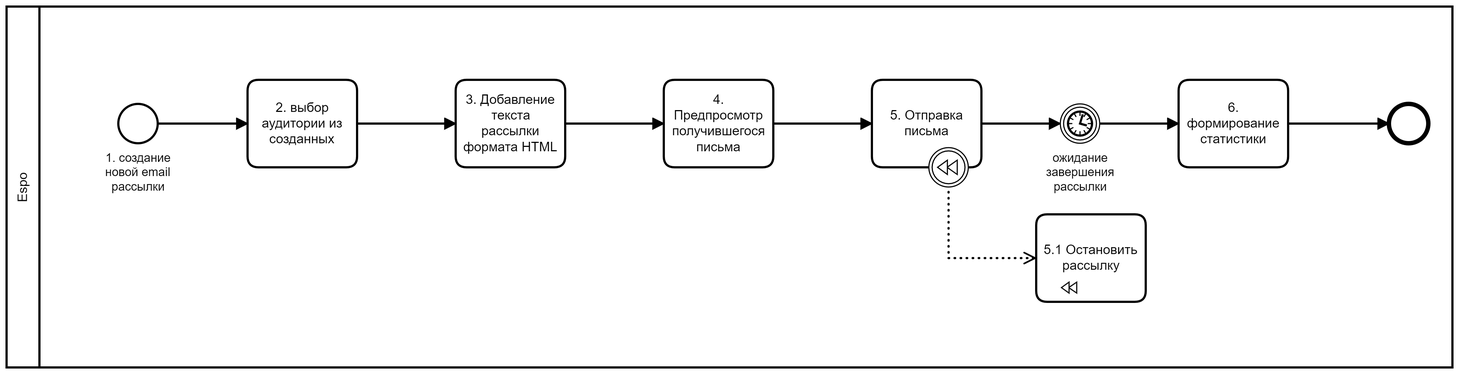
Earlier version of the BPMN export email send.png (vslvsky/BPMN-marketing). Its source is kept beside it as email send.bpmn. Ids are renumbered.
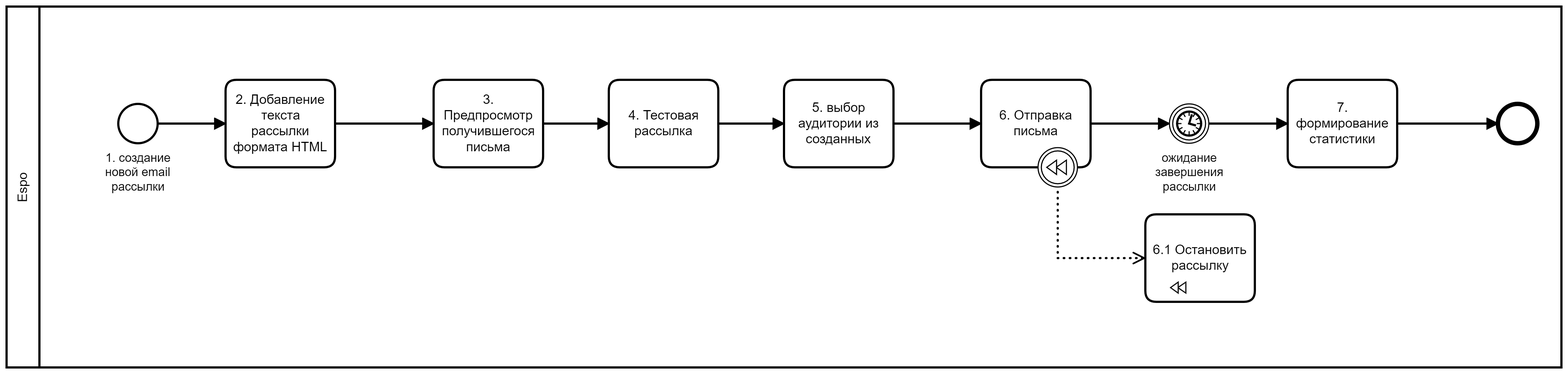
After the commit.

Commit message:
update micserv and email

What changed in the source:
```diff
@@ -1,25 +1,28 @@
-<bpmn:definitions xmlns:bpmn="http://www.omg.org/spec/BPMN/20100524/MODEL" xmlns:bpmndi="http://www.omg.org/spec/BPMN/20100524/DI" xmlns:dc="http://www.omg.org/spec/DD/20100524/DC" xmlns:di="http://www.omg.org/spec/DD/20100524/DI" xmlns:modeler="http://camunda.org/schema/modeler/1.0" id="Definitions_n1" targetNamespace="http://bpmn.io/schema/bpmn" exporter="Camunda Modeler" exporterVersion="4.12.0" modeler:executionPlatform="Camunda Platform" modeler:executionPlatformVersion="7.15.0">
+<bpmn:definitions xmlns:bpmn="http://www.omg.org/spec/BPMN/20100524/MODEL" xmlns:bpmndi="http://www.omg.org/spec/BPMN/20100524/DI" xmlns:dc="http://www.omg.org/spec/DD/20100524/DC" xmlns:di="http://www.omg.org/spec/DD/20100524/DI" xmlns:modeler="http://camunda.org/schema/modeler/1.0" id="Definitions_n1" targetNamespace="http://bpmn.io/schema/bpmn" exporter="Camunda Modeler" exporterVersion="5.0.0" modeler:executionPlatform="Camunda Platform" modeler:executionPlatformVersion="7.15.0">
   <bpmn:collaboration id="Collaboration_n2">
     <bpmn:participant id="Participant_n3" name="Espo" processRef="Process_n4" />
   </bpmn:collaboration>
   <bpmn:process id="Process_n4" isExecutable="true">
-    <bpmn:task id="Activity_n5" name="2. выбор аудитории из созданных">
-      <bpmn:incoming>Flow_n6</bpmn:incoming>
-      <bpmn:outgoing>Flow_n7</bpmn:outgoing>
-    </bpmn:task>
     <bpmn:startEvent id="StartEvent_1" name="1. создание новой email рассылки">
-      <bpmn:outgoing>Flow_n6</bpmn:outgoing>
+      <bpmn:outgoing>Flow_n24</bpmn:outgoing>
     </bpmn:startEvent>
-    <bpmn:task id="Activity_n8" name="3. Добавление текста рассылки формата HTML">
-      <bpmn:incoming>Flow_n7</bpmn:incoming>
+    <bpmn:sequenceFlow id="Flow_n9" sourceRef="Activity_n8" targetRef="Activity_n10" />
+    <bpmn:sequenceFlow id="Flow_n11" sourceRef="Activity_n10" targetRef="Activity_n25" />
+    <bpmn:sequenceFlow id="Flow_n13" sourceRef="Activity_n12" targetRef="Event_n14" />
+    <bpmn:sequenceFlow id="Flow_n18" sourceRef="Activity_n17" targetRef="Event_n19" />
+    <bpmn:sequenceFlow id="Flow_n15" sourceRef="Event_n14" targetRef="Activity_n17" />
+    <bpmn:task id="Activity_n8" name="2. Добавление текста рассылки формата HTML">
+      <bpmn:incoming>Flow_n24</bpmn:incoming>
       <bpmn:outgoing>Flow_n9</bpmn:outgoing>
     </bpmn:task>
-    <bpmn:task id="Activity_n10" name="4. Предпросмотр получившегося письма">
+    <bpmn:task id="Activity_n10" name="3. Предпросмотр получившегося письма">
       <bpmn:incoming>Flow_n9</bpmn:incoming>
       <bpmn:outgoing>Flow_n11</bpmn:outgoing>
     </bpmn:task>
-    <bpmn:task id="Activity_n12" name="5. Отправка письма">
-      <bpmn:incoming>Flow_n11</bpmn:incoming>
+    <bpmn:sequenceFlow id="Flow_n26" sourceRef="Activity_n5" targetRef="Activity_n12" />
+    <bpmn:sequenceFlow id="Flow_n24" sourceRef="StartEvent_1" targetRef="Activity_n8" />
+    <bpmn:task id="Activity_n12" name="6. Отправка письма">
+      <bpmn:incoming>Flow_n26</bpmn:incoming>
       <bpmn:outgoing>Flow_n13</bpmn:outgoing>
     </bpmn:task>
     <bpmn:intermediateCatchEvent id="Event_n14" name="ожидание завершения рассылки">
@@ -27,62 +30,65 @@
       <bpmn:outgoing>Flow_n15</bpmn:outgoing>
       <bpmn:timerEventDefinition id="TimerEventDefinition_n16" />
     </bpmn:intermediateCatchEvent>
-    <bpmn:task id="Activity_n17" name="6. формирование статистики">
+    <bpmn:task id="Activity_n17" name="7. формирование статистики">
       <bpmn:incoming>Flow_n15</bpmn:incoming>
       <bpmn:outgoing>Flow_n18</bpmn:outgoing>
     </bpmn:task>
     <bpmn:endEvent id="Event_n19">
       <bpmn:incoming>Flow_n18</bpmn:incoming>
     </bpmn:endEvent>
-    <bpmn:task id="Activity_n20" name="5.1 Остановить рассылку" isForCompensation="true" />
+    <bpmn:task id="Activity_n20" name="6.1 Остановить рассылку" isForCompensation="true" />
+    <bpmn:task id="Activity_n5" name="5. выбор аудитории из созданных">
+      <bpmn:incoming>Flow_n27</bpmn:incoming>
+      <bpmn:outgoing>Flow_n26</bpmn:outgoing>
+    </bpmn:task>
     <bpmn:boundaryEvent id="Event_n21" attachedToRef="Activity_n12">
       <bpmn:compensateEventDefinition id="CompensateEventDefinition_n22" />
     </bpmn:boundaryEvent>
-    <bpmn:sequenceFlow id="Flow_n6" sourceRef="StartEvent_1" targetRef="Activity_n5" />
-    <bpmn:sequenceFlow id="Flow_n7" sourceRef="Activity_n5" targetRef="Activity_n8" />
-    <bpmn:sequenceFlow id="Flow_n9" sourceRef="Activity_n8" targetRef="Activity_n10" />
-    <bpmn:sequenceFlow id="Flow_n11" sourceRef="Activity_n10" targetRef="Activity_n12" />
-    <bpmn:sequenceFlow id="Flow_n13" sourceRef="Activity_n12" targetRef="Event_n14" />
-    <bpmn:sequenceFlow id="Flow_n18" sourceRef="Activity_n17" targetRef="Event_n19" />
-    <bpmn:sequenceFlow id="Flow_n15" sourceRef="Event_n14" targetRef="Activity_n17" />
+    <bpmn:task id="Activity_n25" name="4. Тестовая рассылка">
+      <bpmn:incoming>Flow_n11</bpmn:incoming>
+      <bpmn:outgoing>Flow_n27</bpmn:outgoing>
+    </bpmn:task>
+    <bpmn:sequenceFlow id="Flow_n27" sourceRef="Activity_n25" targetRef="Activity_n5" />
     <bpmn:association id="Association_n23" associationDirection="One" sourceRef="Event_n21" targetRef="Activity_n20" />
   </bpmn:process>
   <bpmndi:BPMNDiagram id="BPMNDiagram_1">
     <bpmndi:BPMNPlane id="BPMNPlane_1" bpmnElement="Collaboration_n2">
       <bpmndi:BPMNShape id="Participant_n3_di" bpmnElement="Participant_n3" isHorizontal="true">
-        <dc:Bounds x="160" y="50" width="1320" height="330" />
+        <dc:Bounds x="160" y="50" width="1420" height="330" />
       </bpmndi:BPMNShape>
-      <bpmndi:BPMNEdge id="Flow_n6_di" bpmnElement="Flow_n6">
-        <di:waypoint x="298" y="157" />
-        <di:waypoint x="380" y="157" />
+      <bpmndi:BPMNEdge id="Flow_n15_di" bpmnElement="Flow_n15">
+        <di:waypoint x="1258" y="157" />
+        <di:waypoint x="1330" y="157" />
       </bpmndi:BPMNEdge>
-      <bpmndi:BPMNEdge id="Flow_n7_di" bpmnElement="Flow_n7">
-        <di:waypoint x="480" y="157" />
-        <di:waypoint x="570" y="157" />
+      <bpmndi:BPMNEdge id="Flow_n18_di" bpmnElement="Flow_n18">
+        <di:waypoint x="1430" y="157" />
+        <di:waypoint x="1522" y="157" />
+      </bpmndi:BPMNEdge>
+      <bpmndi:BPMNEdge id="Flow_n13_di" bpmnElement="Flow_n13">
+        <di:waypoint x="1150" y="157" />
+        <di:waypoint x="1222" y="157" />
+      </bpmndi:BPMNEdge>
+      <bpmndi:BPMNEdge id="Flow_n11_di" bpmnElement="Flow_n11">
+        <di:waypoint x="650" y="157" />
+        <di:waypoint x="710" y="157" />
       </bpmndi:BPMNEdge>
       <bpmndi:BPMNEdge id="Flow_n9_di" bpmnElement="Flow_n9">
-        <di:waypoint x="670" y="157" />
-        <di:waypoint x="760" y="157" />
+        <di:waypoint x="460" y="157" />
+        <di:waypoint x="550" y="157" />
       </bpmndi:BPMNEdge>
-      <bpmndi:BPMNEdge id="Flow_n11_di" bpmnElement="Flow_n11">
-        <di:waypoint x="860" y="157" />
-        <di:waypoint x="950" y="157" />
+      <bpmndi:BPMNEdge id="Flow_n26_di" bpmnElement="Flow_n26">
+        <di:waypoint x="970" y="157" />
+        <di:waypoint x="1050" y="157" />
       </bpmndi:BPMNEdge>
-      <bpmndi:BPMNEdge id="Flow_n13_di" bpmnElement="Flow_n13">
-        <di:waypoint x="1050" y="157" />
-        <di:waypoint x="1122" y="157" />
+      <bpmndi:BPMNEdge id="Flow_n24_di" bpmnElement="Flow_n24">
+        <di:waypoint x="298" y="157" />
+        <di:waypoint x="360" y="157" />
       </bpmndi:BPMNEdge>
-      <bpmndi:BPMNEdge id="Flow_n18_di" bpmnElement="Flow_n18">
-        <di:waypoint x="1330" y="157" />
-        <di:waypoint x="1422" y="157" />
+      <bpmndi:BPMNEdge id="Flow_n27_di" bpmnElement="Flow_n27">
+        <di:waypoint x="810" y="157" />
+        <di:waypoint x="870" y="157" />
       </bpmndi:BPMNEdge>
-      <bpmndi:BPMNEdge id="Flow_n15_di" bpmnElement="Flow_n15">
-        <di:waypoint x="1158" y="157" />
-        <di:waypoint x="1230" y="157" />
-      </bpmndi:BPMNEdge>
-      <bpmndi:BPMNShape id="Activity_n5_di" bpmnElement="Activity_n5">
-        <dc:Bounds x="380" y="117" width="100" height="80" />
-      </bpmndi:BPMNShape>
       <bpmndi:BPMNShape id="_BPMNShape_StartEvent_2" bpmnElement="StartEvent_1">
         <dc:Bounds x="262" y="139" width="36" height="36" />
         <bpmndi:BPMNLabel>
@@ -90,36 +96,49 @@
         </bpmndi:BPMNLabel>
       </bpmndi:BPMNShape>
       <bpmndi:BPMNShape id="Activity_n8_di" bpmnElement="Activity_n8">
-        <dc:Bounds x="570" y="117" width="100" height="80" />
+        <dc:Bounds x="360" y="117" width="100" height="80" />
+        <bpmndi:BPMNLabel />
       </bpmndi:BPMNShape>
       <bpmndi:BPMNShape id="Activity_n10_di" bpmnElement="Activity_n10">
-        <dc:Bounds x="760" y="117" width="100" height="80" />
+        <dc:Bounds x="550" y="117" width="100" height="80" />
+        <bpmndi:BPMNLabel />
       </bpmndi:BPMNShape>
       <bpmndi:BPMNShape id="Activity_n12_di" bpmnElement="Activity_n12">
-        <dc:Bounds x="950" y="117" width="100" height="80" />
+        <dc:Bounds x="1050" y="117" width="100" height="80" />
+        <bpmndi:BPMNLabel />
       </bpmndi:BPMNShape>
       <bpmndi:BPMNShape id="Event_1hsf3es_di" bpmnElement="Event_n14">
-        <dc:Bounds x="1122" y="139" width="36" height="36" />
+        <dc:Bounds x="1222" y="139" width="36" height="36" />
         <bpmndi:BPMNLabel>
-          <dc:Bounds x="1109" y="182" width="63" height="40" />
+          <dc:Bounds x="1209" y="182" width="63" height="40" />
         </bpmndi:BPMNLabel>
       </bpmndi:BPMNShape>
       <bpmndi:BPMNShape id="Activity_n17_di" bpmnElement="Activity_n17">
-        <dc:Bounds x="1230" y="117" width="100" height="80" />
+        <dc:Bounds x="1330" y="117" width="100" height="80" />
+        <bpmndi:BPMNLabel />
       </bpmndi:BPMNShape>
       <bpmndi:BPMNShape id="Event_n19_di" bpmnElement="Event_n19">
-        <dc:Bounds x="1422" y="139" width="36" height="36" />
+        <dc:Bounds x="1522" y="139" width="36" height="36" />
       </bpmndi:BPMNShape>
       <bpmndi:BPMNShape id="Activity_n20_di" bpmnElement="Activity_n20">
-        <dc:Bounds x="1100" y="240" width="100" height="80" />
+        <dc:Bounds x="1200" y="240" width="100" height="80" />
+        <bpmndi:BPMNLabel />
+      </bpmndi:BPMNShape>
+      <bpmndi:BPMNShape id="Activity_n5_di" bpmnElement="Activity_n5">
+        <dc:Bounds x="870" y="117" width="100" height="80" />
+        <bpmndi:BPMNLabel />
+      </bpmndi:BPMNShape>
+      <bpmndi:BPMNShape id="Activity_n25_di" bpmnElement="Activity_n25">
+        <dc:Bounds x="710" y="117" width="100" height="80" />
+        <bpmndi:BPMNLabel />
       </bpmndi:BPMNShape>
       <bpmndi:BPMNEdge id="Association_n23_di" bpmnElement="Association_n23">
-        <di:waypoint x="1020" y="215" />
-        <di:waypoint x="1020" y="280" />
-        <di:waypoint x="1100" y="280" />
+        <di:waypoint x="1120" y="215" />
+        <di:waypoint x="1120" y="280" />
+        <di:waypoint x="1200" y="280" />
       </bpmndi:BPMNEdge>
       <bpmndi:BPMNShape id="Event_0ev5noi_di" bpmnElement="Event_n21">
-        <dc:Bounds x="1002" y="179" width="36" height="36" />
+        <dc:Bounds x="1102" y="179" width="36" height="36" />
       </bpmndi:BPMNShape>
     </bpmndi:BPMNPlane>
   </bpmndi:BPMNDiagram>
```
